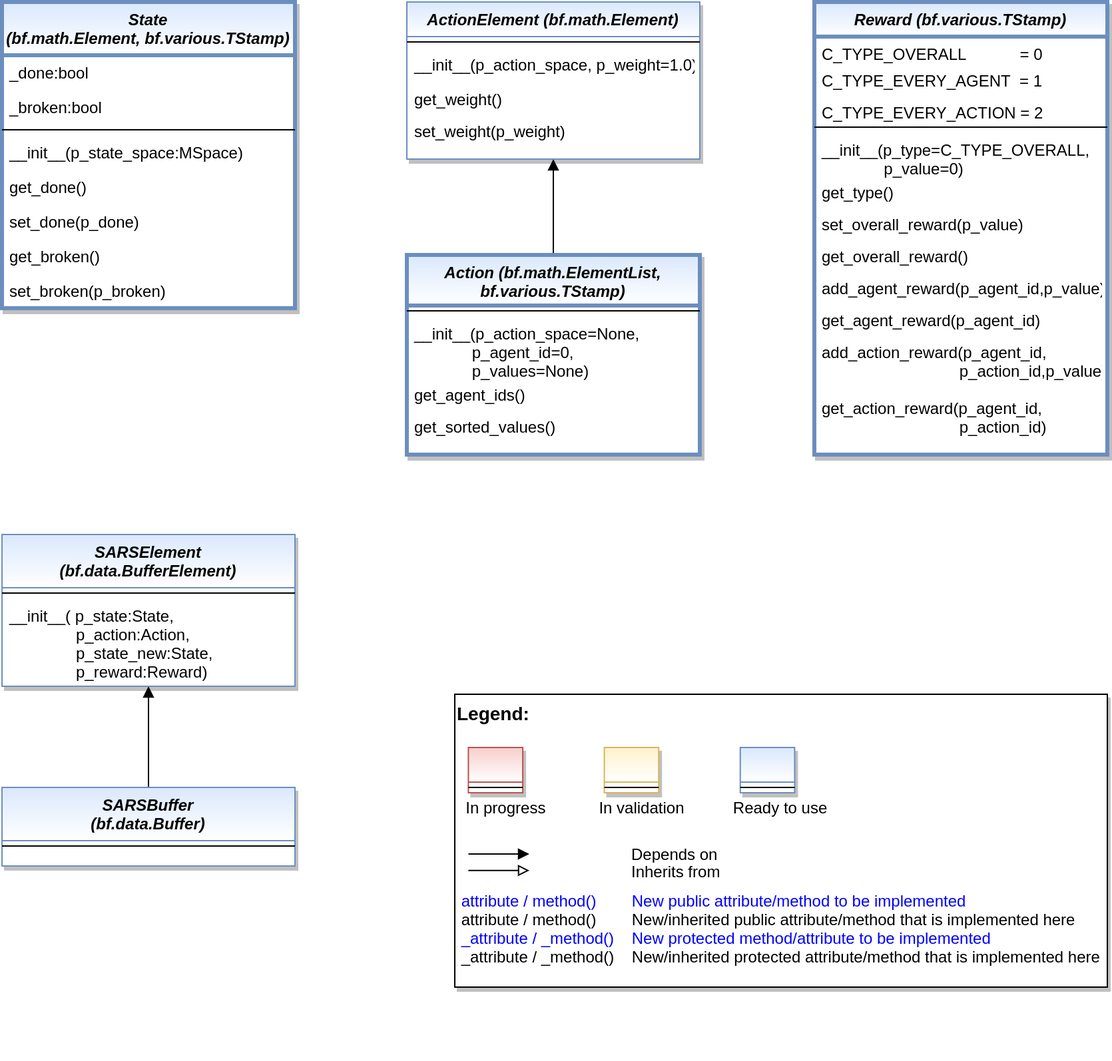
Above: doc/rtd/content/append2/core/images/rl/01_state-action-reward/MLPro-RL-SAR_class_diagram.png in fhswf/MLPro (draw.io), before the change. Source tidied: cells renumbered, new cells last; positions are measured from the earlier drawing's top-left corner, leaving out a move shared by most shapes. Source of this version:
```xml
<mxGraphModel>
  <root>
    <mxCell id="0" />
    <mxCell id="1" parent="0" />
    <mxCell id="2" style="edgeStyle=orthogonalEdgeStyle;rounded=0;jettySize=auto;html=1;entryX=0.5;entryY=1;entryDx=0;entryDy=0;endArrow=block;endFill=1;" parent="1" edge="1" source="3" target="30">
      <mxGeometry relative="1" as="geometry" />
    </mxCell>
    <mxCell id="3" value="Action (bf.math.ElementList, &#10;bf.various.TStamp)" style="swimlane;fontStyle=3;align=center;verticalAlign=top;horizontal=1;startSize=38;rounded=0;shadow=1;strokeWidth=3;fillColor=#dae8fc;strokeColor=#6c8ebf;gradientColor=#ffffff;swimlaneFillColor=#ffffff;" parent="1" vertex="1">
      <mxGeometry x="304" y="190" width="220" height="150" as="geometry" />
    </mxCell>
    <mxCell id="4" style="line;html=1;strokeWidth=1;align=left;verticalAlign=middle;spacingTop=-1;spacingLeft=3;spacingRight=3;labelPosition=right;" parent="3" vertex="1">
      <mxGeometry y="38" width="220" height="8" as="geometry" />
    </mxCell>
    <mxCell id="5" value="__init__(p_action_space=None,&#10;             p_agent_id=0,&#10;             p_values=None)" style="text;align=left;verticalAlign=top;spacingLeft=4;spacingRight=4;overflow=hidden;" parent="3" vertex="1">
      <mxGeometry y="46" width="220" height="46" as="geometry" />
    </mxCell>
    <mxCell id="6" value="get_agent_ids()" style="text;align=left;verticalAlign=top;spacingLeft=4;spacingRight=4;overflow=hidden;" parent="3" vertex="1">
      <mxGeometry y="92" width="220" height="24" as="geometry" />
    </mxCell>
    <mxCell id="7" value="get_sorted_values()" style="text;align=left;verticalAlign=top;spacingLeft=4;spacingRight=4;overflow=hidden;" parent="3" vertex="1">
      <mxGeometry y="116" width="220" height="24" as="geometry" />
    </mxCell>
    <mxCell id="8" value="State &#10;(bf.math.Element, bf.various.TStamp)" style="swimlane;fontStyle=3;align=center;verticalAlign=top;horizontal=1;startSize=40;rounded=0;shadow=1;strokeWidth=3;fillColor=#dae8fc;strokeColor=#6c8ebf;gradientColor=#ffffff;swimlaneFillColor=#ffffff;" parent="1" vertex="1">
      <mxGeometry width="220" height="230" as="geometry" />
    </mxCell>
    <mxCell id="9" value="_done:bool" style="text;align=left;verticalAlign=top;spacingLeft=4;spacingRight=4;overflow=hidden;" parent="8" vertex="1">
      <mxGeometry y="40" width="220" height="26" as="geometry" />
    </mxCell>
    <mxCell id="10" value="_broken:bool" style="text;align=left;verticalAlign=top;spacingLeft=4;spacingRight=4;overflow=hidden;" parent="8" vertex="1">
      <mxGeometry y="66" width="220" height="26" as="geometry" />
    </mxCell>
    <mxCell id="11" style="line;html=1;strokeWidth=1;align=left;verticalAlign=middle;spacingTop=-1;spacingLeft=3;spacingRight=3;labelPosition=right;" parent="8" vertex="1">
      <mxGeometry y="92" width="220" height="8" as="geometry" />
    </mxCell>
    <mxCell id="12" value="__init__(p_state_space:MSpace)" style="text;align=left;verticalAlign=top;spacingLeft=4;spacingRight=4;overflow=hidden;" parent="8" vertex="1">
      <mxGeometry y="100" width="220" height="26" as="geometry" />
    </mxCell>
    <mxCell id="13" value="get_done()" style="text;align=left;verticalAlign=top;spacingLeft=4;spacingRight=4;overflow=hidden;" parent="8" vertex="1">
      <mxGeometry y="126" width="220" height="26" as="geometry" />
    </mxCell>
    <mxCell id="14" value="set_done(p_done)" style="text;align=left;verticalAlign=top;spacingLeft=4;spacingRight=4;overflow=hidden;" parent="8" vertex="1">
      <mxGeometry y="152" width="220" height="26" as="geometry" />
    </mxCell>
    <mxCell id="15" value="get_broken()" style="text;align=left;verticalAlign=top;spacingLeft=4;spacingRight=4;overflow=hidden;" parent="8" vertex="1">
      <mxGeometry y="178" width="220" height="26" as="geometry" />
    </mxCell>
    <mxCell id="16" value="set_broken(p_broken)" style="text;align=left;verticalAlign=top;spacingLeft=4;spacingRight=4;overflow=hidden;" parent="8" vertex="1">
      <mxGeometry y="204" width="220" height="26" as="geometry" />
    </mxCell>
    <mxCell id="17" value="Reward (bf.various.TStamp)" style="swimlane;fontStyle=3;align=center;verticalAlign=top;horizontal=1;startSize=26;rounded=0;shadow=1;strokeWidth=3;fillColor=#dae8fc;strokeColor=#6c8ebf;gradientColor=#ffffff;swimlaneFillColor=#ffffff;" parent="1" vertex="1">
      <mxGeometry x="610" width="220" height="340" as="geometry" />
    </mxCell>
    <mxCell id="18" value="C_TYPE_OVERALL            = 0" style="text;align=left;verticalAlign=top;spacingLeft=4;spacingRight=4;overflow=hidden;" parent="17" vertex="1">
      <mxGeometry y="26" width="220" height="20" as="geometry" />
    </mxCell>
    <mxCell id="19" value="C_TYPE_EVERY_AGENT  = 1" style="text;align=left;verticalAlign=top;spacingLeft=4;spacingRight=4;overflow=hidden;" parent="17" vertex="1">
      <mxGeometry y="46" width="220" height="24" as="geometry" />
    </mxCell>
    <mxCell id="20" value="C_TYPE_EVERY_ACTION = 2" style="text;align=left;verticalAlign=top;spacingLeft=4;spacingRight=4;overflow=hidden;" parent="17" vertex="1">
      <mxGeometry y="70" width="220" height="20" as="geometry" />
    </mxCell>
    <mxCell id="21" style="line;html=1;strokeWidth=1;align=left;verticalAlign=middle;spacingTop=-1;spacingLeft=3;spacingRight=3;labelPosition=right;" parent="17" vertex="1">
      <mxGeometry y="90" width="220" height="8" as="geometry" />
    </mxCell>
    <mxCell id="22" value="__init__(p_type=C_TYPE_OVERALL,&#10;              p_value=0)" style="text;align=left;verticalAlign=top;spacingLeft=4;spacingRight=4;overflow=hidden;" parent="17" vertex="1">
      <mxGeometry y="98" width="220" height="32" as="geometry" />
    </mxCell>
    <mxCell id="23" value="get_type()" style="text;align=left;verticalAlign=top;spacingLeft=4;spacingRight=4;overflow=hidden;" parent="17" vertex="1">
      <mxGeometry y="130" width="220" height="24" as="geometry" />
    </mxCell>
    <mxCell id="24" value="set_overall_reward(p_value)" style="text;align=left;verticalAlign=top;spacingLeft=4;spacingRight=4;overflow=hidden;" parent="17" vertex="1">
      <mxGeometry y="154" width="220" height="24" as="geometry" />
    </mxCell>
    <mxCell id="25" value="get_overall_reward()" style="text;align=left;verticalAlign=top;spacingLeft=4;spacingRight=4;overflow=hidden;" parent="17" vertex="1">
      <mxGeometry y="178" width="220" height="24" as="geometry" />
    </mxCell>
    <mxCell id="26" value="add_agent_reward(p_agent_id,p_value)" style="text;align=left;verticalAlign=top;spacingLeft=4;spacingRight=4;overflow=hidden;" parent="17" vertex="1">
      <mxGeometry y="202" width="220" height="24" as="geometry" />
    </mxCell>
    <mxCell id="27" value="get_agent_reward(p_agent_id)" style="text;align=left;verticalAlign=top;spacingLeft=4;spacingRight=4;overflow=hidden;" parent="17" vertex="1">
      <mxGeometry y="226" width="220" height="24" as="geometry" />
    </mxCell>
    <mxCell id="28" value="add_action_reward(p_agent_id,&#10;                               p_action_id,p_value)" style="text;align=left;verticalAlign=top;spacingLeft=4;spacingRight=4;overflow=hidden;" parent="17" vertex="1">
      <mxGeometry y="250" width="220" height="42" as="geometry" />
    </mxCell>
    <mxCell id="29" value="get_action_reward(p_agent_id,&#10;                               p_action_id)" style="text;align=left;verticalAlign=top;spacingLeft=4;spacingRight=4;overflow=hidden;" parent="17" vertex="1">
      <mxGeometry y="292" width="220" height="32" as="geometry" />
    </mxCell>
    <mxCell id="30" value="ActionElement (bf.math.Element)" style="swimlane;fontStyle=3;align=center;verticalAlign=top;horizontal=1;startSize=26;rounded=0;shadow=1;strokeWidth=1;fillColor=#dae8fc;strokeColor=#6c8ebf;gradientColor=#ffffff;swimlaneFillColor=#ffffff;" parent="1" vertex="1">
      <mxGeometry x="304" width="220" height="118" as="geometry" />
    </mxCell>
    <mxCell id="31" style="line;html=1;strokeWidth=1;align=left;verticalAlign=middle;spacingTop=-1;spacingLeft=3;spacingRight=3;labelPosition=right;" parent="30" vertex="1">
      <mxGeometry y="26" width="220" height="8" as="geometry" />
    </mxCell>
    <mxCell id="32" value="__init__(p_action_space, p_weight=1.0)" style="text;align=left;verticalAlign=top;spacingLeft=4;spacingRight=4;overflow=hidden;" parent="30" vertex="1">
      <mxGeometry y="34" width="220" height="26" as="geometry" />
    </mxCell>
    <mxCell id="33" value="get_weight()" style="text;align=left;verticalAlign=top;spacingLeft=4;spacingRight=4;overflow=hidden;" parent="30" vertex="1">
      <mxGeometry y="60" width="220" height="24" as="geometry" />
    </mxCell>
    <mxCell id="34" value="set_weight(p_weight)" style="text;align=left;verticalAlign=top;spacingLeft=4;spacingRight=4;overflow=hidden;" parent="30" vertex="1">
      <mxGeometry y="84" width="220" height="24" as="geometry" />
    </mxCell>
    <mxCell id="35" style="edgeStyle=orthogonalEdgeStyle;rounded=0;jettySize=auto;html=1;endArrow=block;endFill=1;fontColor=#0000FF;" parent="1" edge="1" source="36" target="38">
      <mxGeometry relative="1" as="geometry" />
    </mxCell>
    <mxCell id="36" value="SARSBuffer &#10;(bf.data.Buffer)" style="swimlane;fontStyle=3;align=center;verticalAlign=top;horizontal=1;startSize=40;rounded=0;shadow=1;strokeWidth=1;fillColor=#dae8fc;strokeColor=#6c8ebf;gradientColor=#ffffff;swimlaneFillColor=#ffffff;" parent="1" vertex="1">
      <mxGeometry y="590" width="220" height="59" as="geometry" />
    </mxCell>
    <mxCell id="37" style="line;html=1;strokeWidth=1;align=left;verticalAlign=middle;spacingTop=-1;spacingLeft=3;spacingRight=3;labelPosition=right;" parent="36" vertex="1">
      <mxGeometry y="40" width="220" height="8" as="geometry" />
    </mxCell>
    <mxCell id="38" value="SARSElement &#10;(bf.data.BufferElement)" style="swimlane;fontStyle=3;align=center;verticalAlign=top;horizontal=1;startSize=40;rounded=0;shadow=1;strokeWidth=1;fillColor=#dae8fc;strokeColor=#6c8ebf;gradientColor=#ffffff;swimlaneFillColor=#ffffff;" parent="1" vertex="1">
      <mxGeometry y="400" width="220" height="114" as="geometry" />
    </mxCell>
    <mxCell id="39" style="line;html=1;strokeWidth=1;align=left;verticalAlign=middle;spacingTop=-1;spacingLeft=3;spacingRight=3;labelPosition=right;" parent="38" vertex="1">
      <mxGeometry y="40" width="220" height="8" as="geometry" />
    </mxCell>
    <mxCell id="40" value="__init__( p_state:State,&#10;               p_action:Action,&#10;               p_state_new:State,&#10;               p_reward:Reward)" style="text;align=left;verticalAlign=top;spacingLeft=4;spacingRight=4;overflow=hidden;" parent="38" vertex="1">
      <mxGeometry y="48" width="220" height="66" as="geometry" />
    </mxCell>
    <mxCell id="41" style="group;" parent="1" vertex="1">
      <mxGeometry x="340" y="520" width="490" height="220" as="geometry" />
    </mxCell>
    <mxCell id="42" value="&lt;font color=&quot;#000000&quot; size=&quot;1&quot;&gt;&lt;b style=&quot;font-size: 14px&quot;&gt;Legend:&lt;br&gt;&lt;/b&gt;&lt;/font&gt;&lt;br&gt;&lt;br&gt;&lt;br&gt;&lt;font color=&quot;#0000ff&quot; style=&quot;font-size: 6px&quot;&gt;&lt;br&gt;&lt;/font&gt;&lt;span style=&quot;color: rgb(0 , 0 , 0)&quot;&gt;&lt;font style=&quot;font-size: 4px&quot;&gt;&amp;nbsp; &amp;nbsp;&lt;/font&gt;&amp;nbsp;In progress&amp;nbsp; &amp;nbsp; &amp;nbsp; &amp;nbsp; &amp;nbsp; &amp;nbsp; In validation&amp;nbsp; &amp;nbsp; &amp;nbsp; &amp;nbsp; &amp;nbsp; &amp;nbsp;Ready to use&lt;/span&gt;&lt;font color=&quot;#000000&quot;&gt;&amp;nbsp;&lt;br&gt;&lt;/font&gt;&lt;font color=&quot;#0000ff&quot;&gt;&lt;br&gt;&lt;br&gt;&lt;br&gt;&lt;br&gt;&amp;nbsp;attribute / method()&amp;nbsp; &amp;nbsp; &amp;nbsp; &amp;nbsp; New public attribute/method to be implemented&lt;/font&gt;&lt;br&gt;&lt;font color=&quot;#000000&quot;&gt;&amp;nbsp;&lt;/font&gt;&lt;font color=&quot;#000000&quot;&gt;attribute / method()&lt;span&gt;&#9;&lt;/span&gt;&amp;nbsp; &amp;nbsp; &amp;nbsp; &amp;nbsp;New/inherited public attribute/method that is implemented here&lt;br&gt;&lt;/font&gt;&lt;font color=&quot;#0000ff&quot;&gt;&amp;nbsp;_attribute /&amp;nbsp;&lt;/font&gt;&lt;font color=&quot;#0000ff&quot;&gt;_method()&amp;nbsp; &amp;nbsp; New protected method/attribute to be implemented&lt;/font&gt;&lt;br&gt;&lt;font color=&quot;#000000&quot;&gt;&amp;nbsp;_attribute / _method()&amp;nbsp; &amp;nbsp; New/inherited protected attribute/method that is implemented here&lt;br&gt;&lt;/font&gt;&lt;font color=&quot;#000000&quot;&gt;&lt;br&gt;&lt;br&gt;&lt;br&gt;&lt;br&gt;&lt;br&gt;&lt;/font&gt;" style="text;html=1;align=left;verticalAlign=top;whiteSpace=wrap;rounded=0;fontColor=#006600;strokeColor=#000000;shadow=1;fillColor=#ffffff;" parent="41" vertex="1">
      <mxGeometry width="490" height="220" as="geometry" />
    </mxCell>
    <mxCell id="43" value="Depends on" style="endArrow=block;html=1;labelPosition=right;verticalLabelPosition=middle;align=left;verticalAlign=middle;endFill=1;fontSize=12;" parent="41" edge="1">
      <mxGeometry x="-1623.1" y="-2180" as="geometry">
        <mxPoint x="10.2" y="120" as="sourcePoint" />
        <mxPoint x="56" y="120" as="targetPoint" />
        <Array as="points">
          <mxPoint x="30.6" y="120" />
        </Array>
        <mxPoint x="98" as="offset" />
      </mxGeometry>
    </mxCell>
    <mxCell id="44" value="Inherits from" style="endArrow=block;html=1;labelPosition=right;verticalLabelPosition=middle;align=left;verticalAlign=middle;endFill=0;fontSize=12;" parent="41" edge="1">
      <mxGeometry x="-1623.1" y="-2180" as="geometry">
        <mxPoint x="10.2" y="132.4" as="sourcePoint" />
        <mxPoint x="56" y="132.4" as="targetPoint" />
        <mxPoint x="98" y="1" as="offset" />
      </mxGeometry>
    </mxCell>
    <mxCell id="45" style="swimlane;fontStyle=3;align=center;verticalAlign=top;horizontal=1;startSize=26;rounded=0;shadow=1;strokeWidth=1;fillColor=#f8cecc;strokeColor=#b85450;gradientColor=#ffffff;swimlaneFillColor=#ffffff;" parent="41" vertex="1">
      <mxGeometry x="10.2" y="40" width="40.8" height="34" as="geometry" />
    </mxCell>
    <mxCell id="46" style="line;html=1;strokeWidth=1;align=left;verticalAlign=middle;spacingTop=-1;spacingLeft=3;spacingRight=3;labelPosition=right;" parent="45" vertex="1">
      <mxGeometry y="26" width="40.8" height="8" as="geometry" />
    </mxCell>
    <mxCell id="47" style="swimlane;fontStyle=3;align=center;verticalAlign=top;horizontal=1;startSize=26;rounded=0;shadow=1;strokeWidth=1;fillColor=#fff2cc;strokeColor=#d6b656;gradientColor=#ffffff;swimlaneFillColor=#ffffff;" parent="41" vertex="1">
      <mxGeometry x="112.3" y="40" width="40.8" height="34" as="geometry" />
    </mxCell>
    <mxCell id="48" style="line;html=1;strokeWidth=1;align=left;verticalAlign=middle;spacingTop=-1;spacingLeft=3;spacingRight=3;labelPosition=right;" parent="47" vertex="1">
      <mxGeometry y="26" width="40.8" height="8" as="geometry" />
    </mxCell>
    <mxCell id="49" style="swimlane;fontStyle=3;align=center;verticalAlign=top;horizontal=1;startSize=26;rounded=0;shadow=1;strokeWidth=1;fillColor=#dae8fc;strokeColor=#6c8ebf;gradientColor=#ffffff;swimlaneFillColor=#ffffff;" parent="41" vertex="1">
      <mxGeometry x="214.4" y="40" width="40.8" height="34" as="geometry" />
    </mxCell>
    <mxCell id="50" style="line;html=1;strokeWidth=1;align=left;verticalAlign=middle;spacingTop=-1;spacingLeft=3;spacingRight=3;labelPosition=right;" parent="49" vertex="1">
      <mxGeometry y="26" width="40.8" height="8" as="geometry" />
    </mxCell>
  </root>
</mxGraphModel>
```
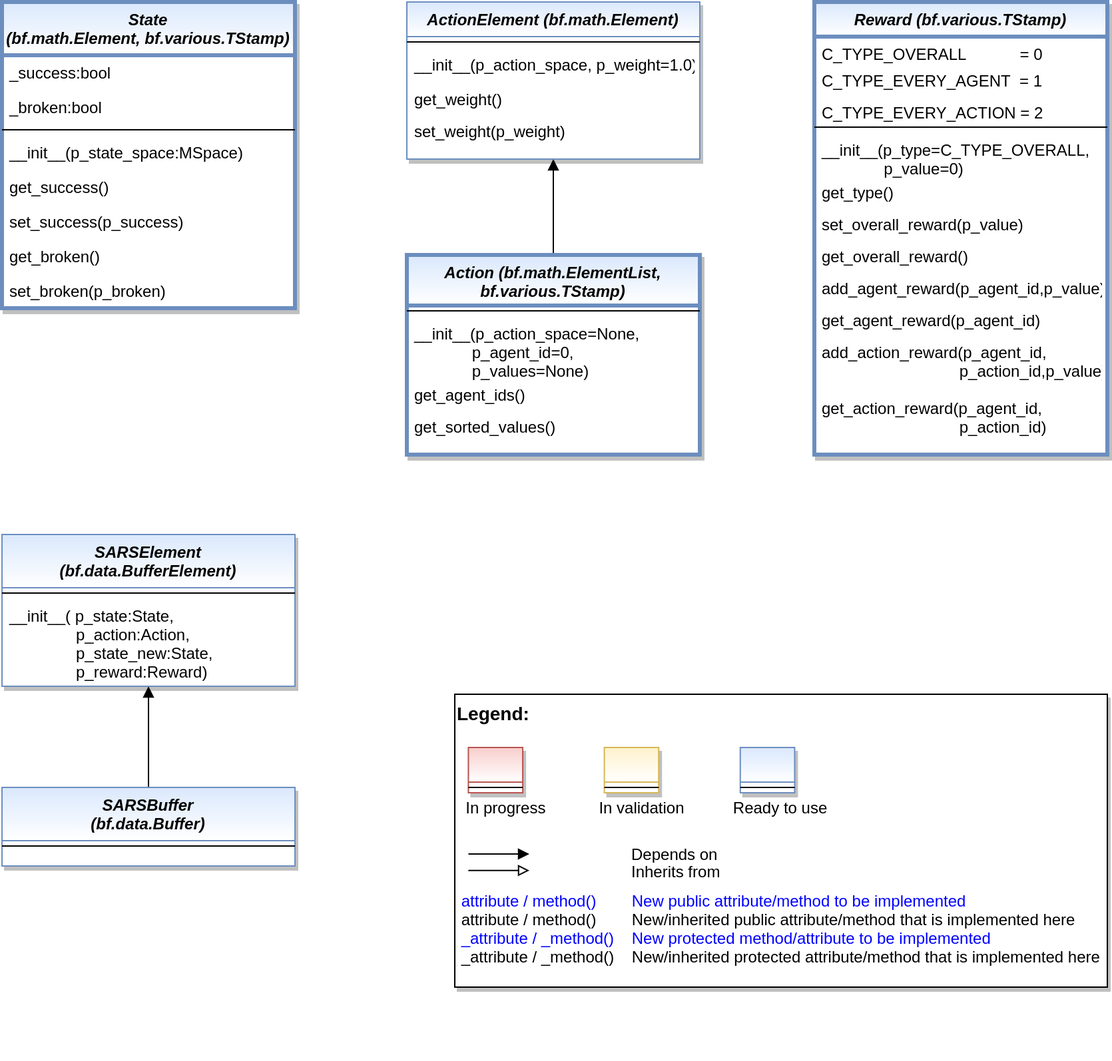
The same file after the commit.

The edit, as a diff of the source:
```diff
@@ -23,7 +23,7 @@
     <mxCell id="8" value="State &#10;(bf.math.Element, bf.various.TStamp)" style="swimlane;fontStyle=3;align=center;verticalAlign=top;horizontal=1;startSize=40;rounded=0;shadow=1;strokeWidth=3;fillColor=#dae8fc;strokeColor=#6c8ebf;gradientColor=#ffffff;swimlaneFillColor=#ffffff;" parent="1" vertex="1">
       <mxGeometry width="220" height="230" as="geometry" />
     </mxCell>
-    <mxCell id="9" value="_done:bool" style="text;align=left;verticalAlign=top;spacingLeft=4;spacingRight=4;overflow=hidden;" parent="8" vertex="1">
+    <mxCell id="9" value="_success:bool" style="text;align=left;verticalAlign=top;spacingLeft=4;spacingRight=4;overflow=hidden;" parent="8" vertex="1">
       <mxGeometry y="40" width="220" height="26" as="geometry" />
     </mxCell>
     <mxCell id="10" value="_broken:bool" style="text;align=left;verticalAlign=top;spacingLeft=4;spacingRight=4;overflow=hidden;" parent="8" vertex="1">
@@ -35,10 +35,10 @@
     <mxCell id="12" value="__init__(p_state_space:MSpace)" style="text;align=left;verticalAlign=top;spacingLeft=4;spacingRight=4;overflow=hidden;" parent="8" vertex="1">
       <mxGeometry y="100" width="220" height="26" as="geometry" />
     </mxCell>
-    <mxCell id="13" value="get_done()" style="text;align=left;verticalAlign=top;spacingLeft=4;spacingRight=4;overflow=hidden;" parent="8" vertex="1">
+    <mxCell id="13" value="get_success()" style="text;align=left;verticalAlign=top;spacingLeft=4;spacingRight=4;overflow=hidden;" parent="8" vertex="1">
       <mxGeometry y="126" width="220" height="26" as="geometry" />
     </mxCell>
-    <mxCell id="14" value="set_done(p_done)" style="text;align=left;verticalAlign=top;spacingLeft=4;spacingRight=4;overflow=hidden;" parent="8" vertex="1">
+    <mxCell id="14" value="set_success(p_success)" style="text;align=left;verticalAlign=top;spacingLeft=4;spacingRight=4;overflow=hidden;" parent="8" vertex="1">
       <mxGeometry y="152" width="220" height="26" as="geometry" />
     </mxCell>
     <mxCell id="15" value="get_broken()" style="text;align=left;verticalAlign=top;spacingLeft=4;spacingRight=4;overflow=hidden;" parent="8" vertex="1">
```
